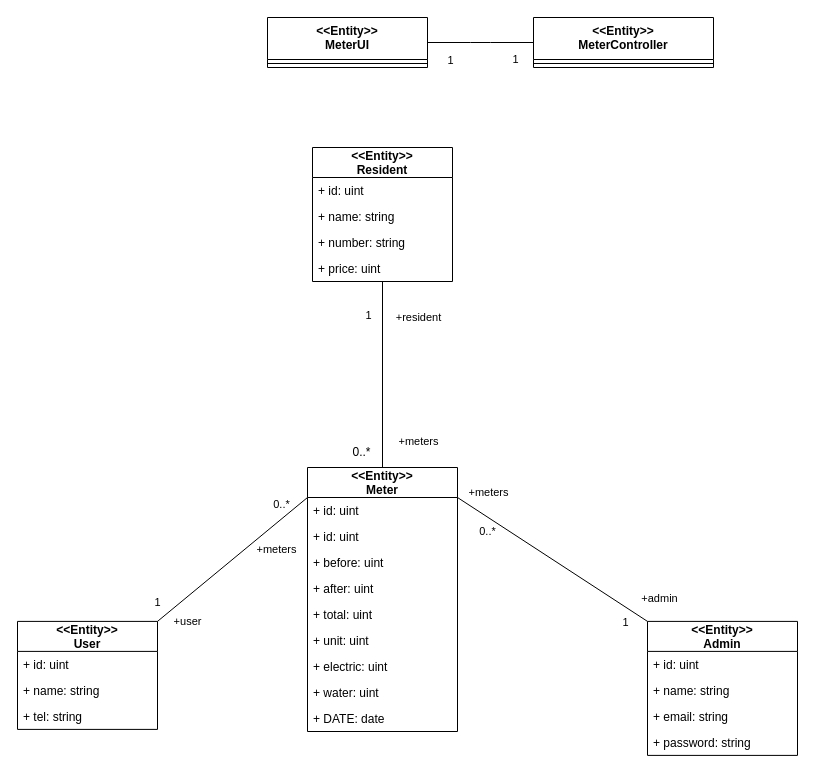
Before: page "Classmeter" (7 of 17) of SE.drawio in nunpromporn/SE, a draw.io diagram. Source tidied: cells renumbered, new cells numbered last; positions are measured from the earlier drawing's top-left corner, leaving out a move shared by most shapes. Both pictures are drawn from the tidied source at 100%, with x=0, y=0 at pixel (17, 17).
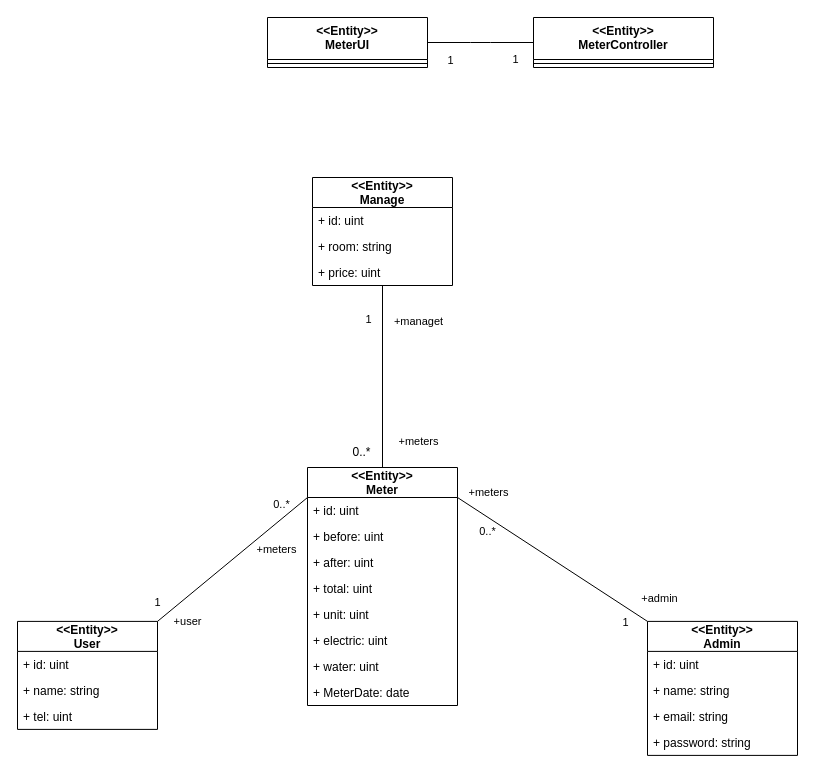
After the change.

Unchanged cells that the change refers to:
```xml
<mxCell id="6" value="&lt;&lt;Entity&gt;&gt;&#10;User" style="swimlane;fontStyle=1;horizontal=1;startSize=30;fillColor=none;" parent="1" vertex="1">
  <mxGeometry y="603.9" width="140" height="108" as="geometry" />
</mxCell>
<mxCell id="43" style="html=1;endArrow=none;elbow=vertical;rounded=1;exitX=0.5;exitY=0;exitDx=0;exitDy=0;" parent="1" edge="1" source="10" target="42">
  <mxGeometry relative="1" as="geometry" />
</mxCell>
```

What changed in the source:
```diff
@@
-    <mxCell id="9" value="+ tel: string" style="text;strokeColor=none;fillColor=none;align=left;verticalAlign=top;spacingLeft=4;spacingRight=4;overflow=hidden;" parent="6" vertex="1">
+    <mxCell id="9" value="+ tel: uint" style="text;strokeColor=none;fillColor=none;align=left;verticalAlign=top;spacingLeft=4;spacingRight=4;overflow=hidden;" parent="6" vertex="1">
       <mxGeometry y="82" width="140" height="26" as="geometry" />
     </mxCell>
     <mxCell id="10" value="&lt;&lt;Entity&gt;&gt;&#10;Meter" style="swimlane;fontStyle=1;horizontal=1;startSize=30;fillColor=none;" parent="1" vertex="1">
-      <mxGeometry x="290" y="450" width="150" height="264" as="geometry" />
+      <mxGeometry x="290" y="450" width="150" height="238" as="geometry" />
     </mxCell>
@@
-    <mxCell id="12" value="+ id: uint" style="text;strokeColor=none;fillColor=none;align=left;verticalAlign=top;spacingLeft=4;spacingRight=4;overflow=hidden;" parent="10" vertex="1">
-      <mxGeometry y="56" width="150" height="26" as="geometry" />
-    </mxCell>
     <mxCell id="13" value="+ before: uint " style="text;strokeColor=none;fillColor=none;align=left;verticalAlign=top;spacingLeft=4;spacingRight=4;overflow=hidden;" parent="10" vertex="1">
-      <mxGeometry y="82" width="150" height="26" as="geometry" />
+      <mxGeometry y="56" width="150" height="26" as="geometry" />
     </mxCell>
     <mxCell id="14" value="+ after: uint " style="text;strokeColor=none;fillColor=none;align=left;verticalAlign=top;spacingLeft=4;spacingRight=4;overflow=hidden;" parent="10" vertex="1">
-      <mxGeometry y="108" width="150" height="26" as="geometry" />
+      <mxGeometry y="82" width="150" height="26" as="geometry" />
     </mxCell>
     <mxCell id="15" value="+ total: uint " style="text;strokeColor=none;fillColor=none;align=left;verticalAlign=top;spacingLeft=4;spacingRight=4;overflow=hidden;" parent="10" vertex="1">
-      <mxGeometry y="134" width="150" height="26" as="geometry" />
+      <mxGeometry y="108" width="150" height="26" as="geometry" />
     </mxCell>
     <mxCell id="16" value="+ unit: uint " style="text;strokeColor=none;fillColor=none;align=left;verticalAlign=top;spacingLeft=4;spacingRight=4;overflow=hidden;" parent="10" vertex="1">
-      <mxGeometry y="160" width="150" height="26" as="geometry" />
+      <mxGeometry y="134" width="150" height="26" as="geometry" />
     </mxCell>
     <mxCell id="17" value="+ electric: uint " style="text;strokeColor=none;fillColor=none;align=left;verticalAlign=top;spacingLeft=4;spacingRight=4;overflow=hidden;" parent="10" vertex="1">
-      <mxGeometry y="186" width="150" height="26" as="geometry" />
+      <mxGeometry y="160" width="150" height="26" as="geometry" />
     </mxCell>
     <mxCell id="18" value="+ water: uint " style="text;strokeColor=none;fillColor=none;align=left;verticalAlign=top;spacingLeft=4;spacingRight=4;overflow=hidden;" parent="10" vertex="1">
-      <mxGeometry y="212" width="150" height="26" as="geometry" />
+      <mxGeometry y="186" width="150" height="26" as="geometry" />
     </mxCell>
-    <mxCell id="19" value="+ DATE: date" style="text;strokeColor=none;fillColor=none;align=left;verticalAlign=top;spacingLeft=4;spacingRight=4;overflow=hidden;" parent="10" vertex="1">
-      <mxGeometry y="238" width="150" height="26" as="geometry" />
+    <mxCell id="19" value="+ MeterDate: date" style="text;strokeColor=none;fillColor=none;align=left;verticalAlign=top;spacingLeft=4;spacingRight=4;overflow=hidden;" parent="10" vertex="1">
+      <mxGeometry y="212" width="150" height="26" as="geometry" />
     </mxCell>
@@
-    <mxCell id="38" value="&lt;&lt;Entity&gt;&gt;&#10;Resident" style="swimlane;fontStyle=1;horizontal=1;startSize=30;fillColor=none;" parent="1" vertex="1">
-      <mxGeometry x="295" y="130" width="140" height="134" as="geometry" />
-    </mxCell>
-    <mxCell id="39" value="+ id: uint" style="text;strokeColor=none;fillColor=none;align=left;verticalAlign=top;spacingLeft=4;spacingRight=4;overflow=hidden;" parent="38" vertex="1">
-      <mxGeometry y="30" width="140" height="26" as="geometry" />
-    </mxCell>
-    <mxCell id="40" value="+ name: string" style="text;strokeColor=none;fillColor=none;align=left;verticalAlign=top;spacingLeft=4;spacingRight=4;overflow=hidden;" parent="38" vertex="1">
-      <mxGeometry y="56" width="140" height="26" as="geometry" />
-    </mxCell>
-    <mxCell id="41" value="+ number: string" style="text;strokeColor=none;fillColor=none;align=left;verticalAlign=top;spacingLeft=4;spacingRight=4;overflow=hidden;" parent="38" vertex="1">
-      <mxGeometry y="82" width="140" height="26" as="geometry" />
-    </mxCell>
-    <mxCell id="42" value="+ price: uint" style="text;strokeColor=none;fillColor=none;align=left;verticalAlign=top;spacingLeft=4;spacingRight=4;overflow=hidden;points=[[0,0.5],[1,0.5]];portConstraint=eastwest;" parent="38" vertex="1">
-      <mxGeometry y="108" width="140" height="26" as="geometry" />
-    </mxCell>
@@
-    <mxCell id="46" value="+resident" style="edgeLabel;html=1;align=center;verticalAlign=middle;" parent="43" vertex="1">
+    <mxCell id="46" value="+managet" style="edgeLabel;html=1;align=center;verticalAlign=middle;" parent="43" vertex="1">
       <mxGeometry x="0.62" y="1" relative="1" as="geometry">
         <mxPoint x="36" as="offset" />
       </mxGeometry>
     </mxCell>
@@
+    <mxCell id="48" value="&lt;&lt;Entity&gt;&gt;&#10;Manage" style="swimlane;fontStyle=1;horizontal=1;startSize=30;fillColor=none;" parent="1" vertex="1">
+      <mxGeometry x="295" y="160" width="140" height="108" as="geometry" />
+    </mxCell>
+    <mxCell id="39" value="+ id: uint" style="text;strokeColor=none;fillColor=none;align=left;verticalAlign=top;spacingLeft=4;spacingRight=4;overflow=hidden;" parent="48" vertex="1">
+      <mxGeometry y="30" width="140" height="26" as="geometry" />
+    </mxCell>
+    <mxCell id="49" value="+ room: string" style="text;strokeColor=none;fillColor=none;align=left;verticalAlign=top;spacingLeft=4;spacingRight=4;overflow=hidden;" parent="48" vertex="1">
+      <mxGeometry y="56" width="140" height="26" as="geometry" />
+    </mxCell>
+    <mxCell id="42" value="+ price: uint" style="text;strokeColor=none;fillColor=none;align=left;verticalAlign=top;spacingLeft=4;spacingRight=4;overflow=hidden;points=[[0,0.5],[1,0.5]];portConstraint=eastwest;" parent="48" vertex="1">
+      <mxGeometry y="82" width="140" height="26" as="geometry" />
+    </mxCell>
```
